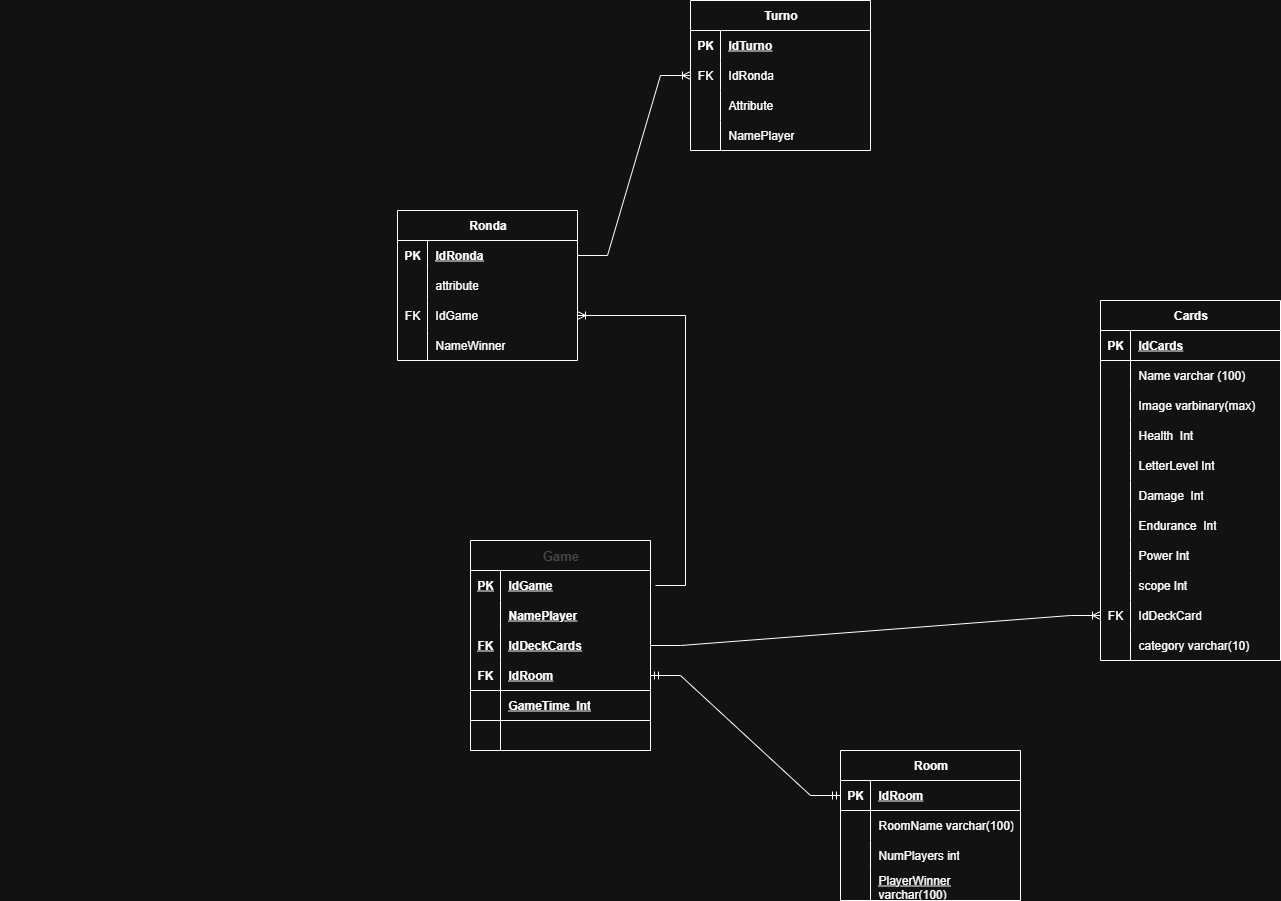
The draw.io diagram Documentacion/Diagramas-Mer.drawio.png in JuanCarlosJC-20/Bootcamp-Proyecto, before a commit. Source tidied: cells renumbered, new cells last; positions are measured from the earlier drawing's top-left corner, leaving out a move shared by most shapes.
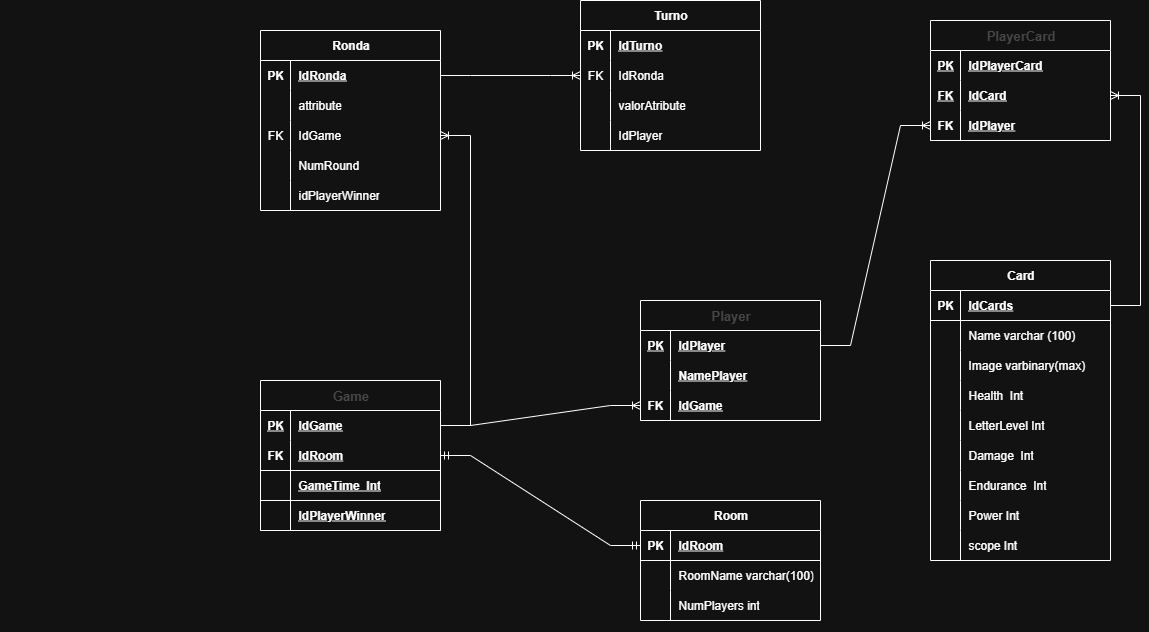
After the change.

Diff of the diagram source:
```diff
@@ -5,3 +5,3 @@
     <mxCell id="2" value="Room" style="shape=table;startSize=30;rowLines=0;fontStyle=1;align=center;html=1;" parent="1" vertex="1">
-      <mxGeometry x="840" y="750" width="180" height="150" as="geometry" />
+      <mxGeometry x="640" y="670" width="180" height="120" as="geometry" />
     </mxCell>
@@ -34,13 +34,4 @@
     </mxCell>
-    <mxCell id="12" style="shape=tableRow;horizontal=0;startSize=0;swimlaneHead=0;swimlaneBody=0;fillColor=none;top=0;left=0;right=0;bottom=0;" parent="2" vertex="1">
-      <mxGeometry y="120" width="180" height="30" as="geometry" />
-    </mxCell>
-    <mxCell id="13" style="shape=partialRectangle;fillColor=none;top=0;left=0;bottom=0;right=0;overflow=hidden;whiteSpace=wrap;html=1;" parent="12" vertex="1">
-      <mxGeometry width="30" height="30" as="geometry" />
-    </mxCell>
-    <mxCell id="14" value="&lt;span style=&quot;text-decoration-line: underline;&quot;&gt;PlayerWinner varchar(100)&lt;/span&gt;" style="shape=partialRectangle;fillColor=none;top=0;left=0;bottom=0;right=0;align=left;spacingLeft=6;overflow=hidden;whiteSpace=wrap;html=1;" parent="12" vertex="1">
-      <mxGeometry x="30" width="150" height="30" as="geometry" />
-    </mxCell>
-    <mxCell id="15" value="Cards" style="shape=table;startSize=30;rowLines=0;fontStyle=1;align=center;html=1;" parent="1" vertex="1">
-      <mxGeometry x="1100" y="300" width="180" height="360" as="geometry" />
+    <mxCell id="15" value="Card" style="shape=table;startSize=30;rowLines=0;fontStyle=1;align=center;html=1;" parent="1" vertex="1">
+      <mxGeometry x="930" y="430" width="180" height="300" as="geometry" />
     </mxCell>
@@ -127,22 +118,4 @@
     </mxCell>
-    <mxCell id="43" style="shape=tableRow;horizontal=0;startSize=0;swimlaneHead=0;swimlaneBody=0;fillColor=none;points=[[0,0.5],[1,0.5]];portConstraint=eastwest;top=0;left=0;right=0;bottom=0;" parent="15" vertex="1">
-      <mxGeometry y="300" width="180" height="30" as="geometry" />
-    </mxCell>
-    <mxCell id="44" value="FK" style="shape=partialRectangle;fillColor=none;top=0;left=0;bottom=0;right=0;overflow=hidden;whiteSpace=wrap;html=1;" parent="43" vertex="1">
-      <mxGeometry width="30" height="30" as="geometry" />
-    </mxCell>
-    <mxCell id="45" value="IdDeckCard" style="shape=partialRectangle;fillColor=none;top=0;left=0;bottom=0;right=0;align=left;spacingLeft=6;overflow=hidden;whiteSpace=wrap;html=1;" parent="43" vertex="1">
-      <mxGeometry x="30" width="150" height="30" as="geometry" />
-    </mxCell>
-    <mxCell id="46" style="shape=tableRow;horizontal=0;startSize=0;swimlaneHead=0;swimlaneBody=0;fillColor=none;top=0;left=0;right=0;bottom=0;" parent="15" vertex="1">
-      <mxGeometry y="330" width="180" height="30" as="geometry" />
-    </mxCell>
-    <mxCell id="47" style="shape=partialRectangle;fillColor=none;top=0;left=0;bottom=0;right=0;overflow=hidden;whiteSpace=wrap;html=1;" parent="46" vertex="1">
-      <mxGeometry width="30" height="30" as="geometry" />
-    </mxCell>
-    <mxCell id="48" value="category varchar(10)" style="shape=partialRectangle;fillColor=none;top=0;left=0;bottom=0;right=0;align=left;spacingLeft=6;overflow=hidden;whiteSpace=wrap;html=1;" parent="46" vertex="1">
-      <mxGeometry x="30" width="150" height="30" as="geometry" />
-    </mxCell>
     <mxCell id="49" value="&lt;font color=&quot;#c1c1c1&quot;&gt;&lt;span style=&quot;font-size: 13px; text-wrap-mode: wrap;&quot;&gt;Game&lt;/span&gt;&lt;/font&gt;" style="shape=table;startSize=30;rowLines=0;fontStyle=1;align=center;html=1;" parent="1" vertex="1">
-      <mxGeometry x="470" y="540" width="180" height="210" as="geometry" />
+      <mxGeometry x="260" y="550" width="180" height="150" as="geometry" />
     </mxCell>
@@ -157,22 +130,4 @@
     </mxCell>
-    <mxCell id="53" style="shape=tableRow;horizontal=0;startSize=0;swimlaneHead=0;swimlaneBody=0;fillColor=none;top=0;left=0;right=0;bottom=0;" parent="49" vertex="1">
-      <mxGeometry y="60" width="180" height="30" as="geometry" />
-    </mxCell>
-    <mxCell id="54" style="shape=partialRectangle;fillColor=none;top=0;left=0;bottom=0;right=0;overflow=hidden;whiteSpace=wrap;html=1;" parent="53" vertex="1">
-      <mxGeometry width="30" height="30" as="geometry" />
-    </mxCell>
-    <mxCell id="55" value="&lt;b&gt;&lt;u&gt;NamePlayer&lt;/u&gt;&lt;/b&gt;" style="shape=partialRectangle;fillColor=none;top=0;left=0;bottom=0;right=0;align=left;spacingLeft=6;overflow=hidden;whiteSpace=wrap;html=1;" parent="53" vertex="1">
-      <mxGeometry x="30" width="150" height="30" as="geometry" />
-    </mxCell>
-    <mxCell id="56" style="shape=tableRow;horizontal=0;startSize=0;swimlaneHead=0;swimlaneBody=0;fillColor=none;points=[[0,0.5],[1,0.5]];portConstraint=eastwest;top=0;left=0;right=0;bottom=0;" parent="49" vertex="1">
-      <mxGeometry y="90" width="180" height="30" as="geometry" />
-    </mxCell>
-    <mxCell id="57" value="&lt;b&gt;&lt;u&gt;FK&lt;/u&gt;&lt;/b&gt;" style="shape=partialRectangle;fillColor=none;top=0;left=0;bottom=0;right=0;overflow=hidden;whiteSpace=wrap;html=1;" parent="56" vertex="1">
-      <mxGeometry width="30" height="30" as="geometry" />
-    </mxCell>
-    <mxCell id="58" value="&lt;b&gt;&lt;u&gt;IdDeckCards&lt;/u&gt;&lt;/b&gt;" style="shape=partialRectangle;fillColor=none;top=0;left=0;bottom=0;right=0;align=left;spacingLeft=6;overflow=hidden;whiteSpace=wrap;html=1;" parent="56" vertex="1">
-      <mxGeometry x="30" width="150" height="30" as="geometry" />
-    </mxCell>
     <mxCell id="59" style="shape=tableRow;horizontal=0;startSize=0;swimlaneHead=0;swimlaneBody=0;fillColor=none;points=[[0,0.5],[1,0.5]];portConstraint=eastwest;top=0;left=0;right=0;bottom=1;" parent="49" vertex="1">
-      <mxGeometry y="120" width="180" height="30" as="geometry" />
+      <mxGeometry y="60" width="180" height="30" as="geometry" />
     </mxCell>
@@ -185,3 +140,3 @@
     <mxCell id="62" style="shape=tableRow;horizontal=0;startSize=0;swimlaneHead=0;swimlaneBody=0;fillColor=none;top=0;left=0;right=0;bottom=1;" parent="49" vertex="1">
-      <mxGeometry y="150" width="180" height="30" as="geometry" />
+      <mxGeometry y="90" width="180" height="30" as="geometry" />
     </mxCell>
@@ -193,11 +148,11 @@
     </mxCell>
-    <mxCell id="65" style="shape=tableRow;horizontal=0;startSize=0;swimlaneHead=0;swimlaneBody=0;fillColor=none;top=0;left=0;right=0;bottom=1;" parent="49" vertex="1">
-      <mxGeometry y="180" width="180" height="30" as="geometry" />
-    </mxCell>
+    <mxCell id="103" style="shape=tableRow;horizontal=0;startSize=0;swimlaneHead=0;swimlaneBody=0;fillColor=none;top=0;left=0;right=0;bottom=1;" parent="49" vertex="1">
+      <mxGeometry y="120" width="180" height="30" as="geometry" />
+    </mxCell>
-    <mxCell id="66" style="shape=partialRectangle;fillColor=none;top=0;left=0;bottom=0;right=0;fontStyle=1;overflow=hidden;whiteSpace=wrap;html=1;" parent="65" vertex="1">
+    <mxCell id="66" style="shape=partialRectangle;fillColor=none;top=0;left=0;bottom=0;right=0;fontStyle=1;overflow=hidden;whiteSpace=wrap;html=1;" parent="103" vertex="1">
       <mxGeometry width="30" height="30" as="geometry" />
     </mxCell>
-    <mxCell id="67" style="shape=partialRectangle;fillColor=none;top=0;left=0;bottom=0;right=0;align=left;spacingLeft=6;fontStyle=5;overflow=hidden;whiteSpace=wrap;html=1;" parent="65" vertex="1">
-      <mxGeometry x="30" width="150" height="30" as="geometry" />
-    </mxCell>
+    <mxCell id="104" value="IdPlayerWinner" style="shape=partialRectangle;fillColor=none;top=0;left=0;bottom=0;right=0;align=left;spacingLeft=6;fontStyle=5;overflow=hidden;whiteSpace=wrap;html=1;" parent="103" vertex="1">
+      <mxGeometry x="30" width="150" height="30" as="geometry" />
+    </mxCell>
     <mxCell id="68" style="shape=tableRow;horizontal=0;startSize=0;swimlaneHead=0;swimlaneBody=0;fillColor=none;top=0;left=0;right=0;bottom=0;" parent="1" vertex="1">
@@ -211,5 +166,2 @@
     </mxCell>
-    <mxCell id="71" style="edgeStyle=entityRelationEdgeStyle;fontSize=12;html=1;endArrow=ERoneToMany;rounded=0;exitX=1;exitY=0.5;exitDx=0;exitDy=0;entryX=0;entryY=0.5;entryDx=0;entryDy=0;" parent="1" edge="1" source="56" target="43">
-      <mxGeometry relative="1" as="geometry" />
-    </mxCell>
     <mxCell id="72" style="edgeStyle=entityRelationEdgeStyle;fontSize=12;html=1;endArrow=ERmandOne;startArrow=ERmandOne;rounded=0;entryX=0;entryY=0.5;entryDx=0;entryDy=0;exitX=1;exitY=0.5;exitDx=0;exitDy=0;" parent="1" edge="1" source="59" target="3">
@@ -218,3 +170,3 @@
     <mxCell id="73" value="Ronda" style="shape=table;startSize=30;rowLines=0;fontStyle=1;align=center;html=1;" parent="1" vertex="1">
-      <mxGeometry x="397" y="210" width="180" height="150" as="geometry" />
+      <mxGeometry x="260" y="200" width="180" height="180" as="geometry" />
     </mxCell>
@@ -247,13 +199,22 @@
     </mxCell>
-    <mxCell id="83" style="shape=tableRow;horizontal=0;startSize=0;swimlaneHead=0;swimlaneBody=0;fillColor=none;top=0;left=0;right=0;bottom=0;" parent="73" vertex="1">
-      <mxGeometry y="120" width="180" height="30" as="geometry" />
-    </mxCell>
-    <mxCell id="84" style="shape=partialRectangle;fillColor=none;top=0;left=0;bottom=0;right=0;overflow=hidden;whiteSpace=wrap;html=1;" parent="83" vertex="1">
-      <mxGeometry width="30" height="30" as="geometry" />
-    </mxCell>
-    <mxCell id="85" value="NameWinner" style="shape=partialRectangle;fillColor=none;top=0;left=0;bottom=0;right=0;align=left;spacingLeft=6;overflow=hidden;whiteSpace=wrap;html=1;" parent="83" vertex="1">
-      <mxGeometry x="30" width="150" height="30" as="geometry" />
-    </mxCell>
+    <mxCell id="105" style="shape=tableRow;horizontal=0;startSize=0;swimlaneHead=0;swimlaneBody=0;fillColor=none;top=0;left=0;right=0;bottom=0;" parent="73" vertex="1">
+      <mxGeometry y="120" width="180" height="30" as="geometry" />
+    </mxCell>
+    <mxCell id="106" style="shape=partialRectangle;fillColor=none;top=0;left=0;bottom=0;right=0;overflow=hidden;whiteSpace=wrap;html=1;" parent="105" vertex="1">
+      <mxGeometry width="30" height="30" as="geometry" />
+    </mxCell>
+    <mxCell id="107" value="NumRound" style="shape=partialRectangle;fillColor=none;top=0;left=0;bottom=0;right=0;align=left;spacingLeft=6;overflow=hidden;whiteSpace=wrap;html=1;" parent="105" vertex="1">
+      <mxGeometry x="30" width="150" height="30" as="geometry" />
+    </mxCell>
+    <mxCell id="108" style="shape=tableRow;horizontal=0;startSize=0;swimlaneHead=0;swimlaneBody=0;fillColor=none;top=0;left=0;right=0;bottom=0;" parent="73" vertex="1">
+      <mxGeometry y="150" width="180" height="30" as="geometry" />
+    </mxCell>
+    <mxCell id="109" style="shape=partialRectangle;fillColor=none;top=0;left=0;bottom=0;right=0;overflow=hidden;whiteSpace=wrap;html=1;" parent="108" vertex="1">
+      <mxGeometry width="30" height="30" as="geometry" />
+    </mxCell>
+    <mxCell id="110" value="idPlayerWinner" style="shape=partialRectangle;fillColor=none;top=0;left=0;bottom=0;right=0;align=left;spacingLeft=6;overflow=hidden;whiteSpace=wrap;html=1;" parent="108" vertex="1">
+      <mxGeometry x="30" width="150" height="30" as="geometry" />
+    </mxCell>
     <mxCell id="86" value="Turno" style="shape=table;startSize=30;rowLines=0;fontStyle=1;align=center;html=1;" parent="1" vertex="1">
-      <mxGeometry x="690" width="180" height="150" as="geometry" />
+      <mxGeometry x="580" y="170" width="180" height="150" as="geometry" />
     </mxCell>
@@ -283,3 +244,3 @@
     </mxCell>
-    <mxCell id="95" value="Attribute" style="shape=partialRectangle;fillColor=none;top=0;left=0;bottom=0;right=0;align=left;spacingLeft=6;overflow=hidden;whiteSpace=wrap;html=1;" parent="93" vertex="1">
+    <mxCell id="95" value="valorAtribute" style="shape=partialRectangle;fillColor=none;top=0;left=0;bottom=0;right=0;align=left;spacingLeft=6;overflow=hidden;whiteSpace=wrap;html=1;" parent="93" vertex="1">
       <mxGeometry x="30" width="150" height="30" as="geometry" />
@@ -292,3 +253,3 @@
     </mxCell>
-    <mxCell id="98" value="NamePlayer" style="shape=partialRectangle;fillColor=none;top=0;left=0;bottom=0;right=0;align=left;spacingLeft=6;overflow=hidden;whiteSpace=wrap;html=1;" parent="96" vertex="1">
+    <mxCell id="98" value="IdPlayer" style="shape=partialRectangle;fillColor=none;top=0;left=0;bottom=0;right=0;align=left;spacingLeft=6;overflow=hidden;whiteSpace=wrap;html=1;" parent="96" vertex="1">
       <mxGeometry x="30" width="150" height="30" as="geometry" />
@@ -298,5 +259,7 @@
     </mxCell>
-    <mxCell id="100" style="edgeStyle=entityRelationEdgeStyle;fontSize=12;html=1;endArrow=ERoneToMany;rounded=0;entryX=1;entryY=0.5;entryDx=0;entryDy=0;" parent="1" edge="1" target="80">
+    <mxCell id="100" style="edgeStyle=entityRelationEdgeStyle;fontSize=12;html=1;endArrow=ERoneToMany;rounded=0;entryX=1;entryY=0.5;entryDx=0;entryDy=0;exitX=1;exitY=0.5;exitDx=0;exitDy=0;" parent="1" edge="1" source="50" target="80">
       <mxGeometry relative="1" as="geometry">
-        <mxPoint x="655" y="585" as="sourcePoint" />
+        <Array as="points">
+          <mxPoint x="530" y="380" />
+        </Array>
       </mxGeometry>
@@ -309,2 +272,76 @@
     </mxCell>
+    <mxCell id="111" value="&lt;font color=&quot;#c1c1c1&quot;&gt;&lt;span style=&quot;font-size: 13px; text-wrap-mode: wrap;&quot;&gt;Player&lt;/span&gt;&lt;/font&gt;" style="shape=table;startSize=30;rowLines=0;fontStyle=1;align=center;html=1;" parent="1" vertex="1">
+      <mxGeometry x="640" y="470" width="180" height="120" as="geometry" />
+    </mxCell>
+    <mxCell id="112" style="shape=tableRow;horizontal=0;startSize=0;swimlaneHead=0;swimlaneBody=0;fillColor=none;points=[[0,0.5],[1,0.5]];portConstraint=eastwest;top=0;left=0;right=0;bottom=0;" parent="111" vertex="1">
+      <mxGeometry y="30" width="180" height="30" as="geometry" />
+    </mxCell>
+    <mxCell id="113" value="&lt;b&gt;&lt;u&gt;PK&lt;/u&gt;&lt;/b&gt;" style="shape=partialRectangle;fillColor=none;top=0;left=0;bottom=0;right=0;overflow=hidden;whiteSpace=wrap;html=1;" parent="112" vertex="1">
+      <mxGeometry width="30" height="30" as="geometry" />
+    </mxCell>
+    <mxCell id="114" value="&lt;b&gt;&lt;u&gt;IdPlayer&lt;/u&gt;&lt;/b&gt;" style="shape=partialRectangle;fillColor=none;top=0;left=0;bottom=0;right=0;align=left;spacingLeft=6;overflow=hidden;whiteSpace=wrap;html=1;" parent="112" vertex="1">
+      <mxGeometry x="30" width="150" height="30" as="geometry" />
+    </mxCell>
+    <mxCell id="115" style="shape=tableRow;horizontal=0;startSize=0;swimlaneHead=0;swimlaneBody=0;fillColor=none;top=0;left=0;right=0;bottom=0;" parent="111" vertex="1">
+      <mxGeometry y="60" width="180" height="30" as="geometry" />
+    </mxCell>
+    <mxCell id="116" style="shape=partialRectangle;fillColor=none;top=0;left=0;bottom=0;right=0;overflow=hidden;whiteSpace=wrap;html=1;" parent="115" vertex="1">
+      <mxGeometry width="30" height="30" as="geometry" />
+    </mxCell>
+    <mxCell id="55" value="&lt;b&gt;&lt;u&gt;NamePlayer&lt;/u&gt;&lt;/b&gt;" style="shape=partialRectangle;fillColor=none;top=0;left=0;bottom=0;right=0;align=left;spacingLeft=6;overflow=hidden;whiteSpace=wrap;html=1;" parent="115" vertex="1">
+      <mxGeometry x="30" width="150" height="30" as="geometry" />
+    </mxCell>
+    <mxCell id="117" style="shape=tableRow;horizontal=0;startSize=0;swimlaneHead=0;swimlaneBody=0;fillColor=none;points=[[0,0.5],[1,0.5]];portConstraint=eastwest;top=0;left=0;right=0;bottom=1;" parent="111" vertex="1">
+      <mxGeometry y="90" width="180" height="30" as="geometry" />
+    </mxCell>
+    <mxCell id="118" value="FK" style="shape=partialRectangle;fillColor=none;top=0;left=0;bottom=0;right=0;fontStyle=1;overflow=hidden;whiteSpace=wrap;html=1;" parent="117" vertex="1">
+      <mxGeometry width="30" height="30" as="geometry" />
+    </mxCell>
+    <mxCell id="119" value="IdGame" style="shape=partialRectangle;fillColor=none;top=0;left=0;bottom=0;right=0;align=left;spacingLeft=6;fontStyle=5;overflow=hidden;whiteSpace=wrap;html=1;" parent="117" vertex="1">
+      <mxGeometry x="30" width="150" height="30" as="geometry" />
+    </mxCell>
+    <mxCell id="120" value="&lt;font color=&quot;#c1c1c1&quot;&gt;&lt;span style=&quot;font-size: 13px; text-wrap-mode: wrap;&quot;&gt;PlayerCard&lt;/span&gt;&lt;/font&gt;" style="shape=table;startSize=30;rowLines=0;fontStyle=1;align=center;html=1;" parent="1" vertex="1">
+      <mxGeometry x="930" y="190" width="180" height="120" as="geometry" />
+    </mxCell>
+    <mxCell id="121" style="shape=tableRow;horizontal=0;startSize=0;swimlaneHead=0;swimlaneBody=0;fillColor=none;top=0;left=0;right=0;bottom=0;" parent="120" vertex="1">
+      <mxGeometry y="30" width="180" height="30" as="geometry" />
+    </mxCell>
+    <mxCell id="122" value="&lt;b&gt;&lt;u&gt;PK&lt;/u&gt;&lt;/b&gt;" style="shape=partialRectangle;fillColor=none;top=0;left=0;bottom=0;right=0;overflow=hidden;whiteSpace=wrap;html=1;" parent="121" vertex="1">
+      <mxGeometry width="30" height="30" as="geometry" />
+    </mxCell>
+    <mxCell id="123" value="&lt;b&gt;&lt;u&gt;IdPlayerCard&lt;/u&gt;&lt;/b&gt;" style="shape=partialRectangle;fillColor=none;top=0;left=0;bottom=0;right=0;align=left;spacingLeft=6;overflow=hidden;whiteSpace=wrap;html=1;" parent="121" vertex="1">
+      <mxGeometry x="30" width="150" height="30" as="geometry" />
+    </mxCell>
+    <mxCell id="124" style="shape=tableRow;horizontal=0;startSize=0;swimlaneHead=0;swimlaneBody=0;fillColor=none;points=[[0,0.5],[1,0.5]];portConstraint=eastwest;top=0;left=0;right=0;bottom=0;" parent="120" vertex="1">
+      <mxGeometry y="60" width="180" height="30" as="geometry" />
+    </mxCell>
+    <mxCell id="57" value="&lt;b&gt;&lt;u&gt;FK&lt;/u&gt;&lt;/b&gt;" style="shape=partialRectangle;fillColor=none;top=0;left=0;bottom=0;right=0;overflow=hidden;whiteSpace=wrap;html=1;" parent="124" vertex="1">
+      <mxGeometry width="30" height="30" as="geometry" />
+    </mxCell>
+    <mxCell id="125" value="&lt;b&gt;&lt;u&gt;IdCard&lt;/u&gt;&lt;/b&gt;" style="shape=partialRectangle;fillColor=none;top=0;left=0;bottom=0;right=0;align=left;spacingLeft=6;overflow=hidden;whiteSpace=wrap;html=1;" parent="124" vertex="1">
+      <mxGeometry x="30" width="150" height="30" as="geometry" />
+    </mxCell>
+    <mxCell id="126" style="shape=tableRow;horizontal=0;startSize=0;swimlaneHead=0;swimlaneBody=0;fillColor=none;points=[[0,0.5],[1,0.5]];portConstraint=eastwest;top=0;left=0;right=0;bottom=1;" parent="120" vertex="1">
+      <mxGeometry y="90" width="180" height="30" as="geometry" />
+    </mxCell>
+    <mxCell id="127" value="FK" style="shape=partialRectangle;fillColor=none;top=0;left=0;bottom=0;right=0;fontStyle=1;overflow=hidden;whiteSpace=wrap;html=1;" parent="126" vertex="1">
+      <mxGeometry width="30" height="30" as="geometry" />
+    </mxCell>
+    <mxCell id="128" value="IdPlayer" style="shape=partialRectangle;fillColor=none;top=0;left=0;bottom=0;right=0;align=left;spacingLeft=6;fontStyle=5;overflow=hidden;whiteSpace=wrap;html=1;" parent="126" vertex="1">
+      <mxGeometry x="30" width="150" height="30" as="geometry" />
+    </mxCell>
+    <mxCell id="129" style="edgeStyle=entityRelationEdgeStyle;fontSize=12;html=1;endArrow=ERoneToMany;rounded=0;entryX=0;entryY=0.5;entryDx=0;entryDy=0;" parent="1" edge="1" source="50" target="117">
+      <mxGeometry relative="1" as="geometry" />
+    </mxCell>
+    <mxCell id="130" style="edgeStyle=entityRelationEdgeStyle;fontSize=12;html=1;endArrow=ERoneToMany;rounded=0;entryX=0;entryY=0.5;entryDx=0;entryDy=0;exitX=1;exitY=0.5;exitDx=0;exitDy=0;" parent="1" edge="1" source="112" target="126">
+      <mxGeometry relative="1" as="geometry" />
+    </mxCell>
+    <mxCell id="131" style="edgeStyle=entityRelationEdgeStyle;fontSize=12;html=1;endArrow=ERoneToMany;rounded=0;entryX=1;entryY=0.5;entryDx=0;entryDy=0;exitX=1;exitY=0.5;exitDx=0;exitDy=0;" parent="1" edge="1" source="16" target="124">
+      <mxGeometry relative="1" as="geometry">
+        <Array as="points">
+          <mxPoint x="1490" y="210" />
+          <mxPoint x="1450" y="390" />
+        </Array>
+      </mxGeometry>
+    </mxCell>
   </root>
```
